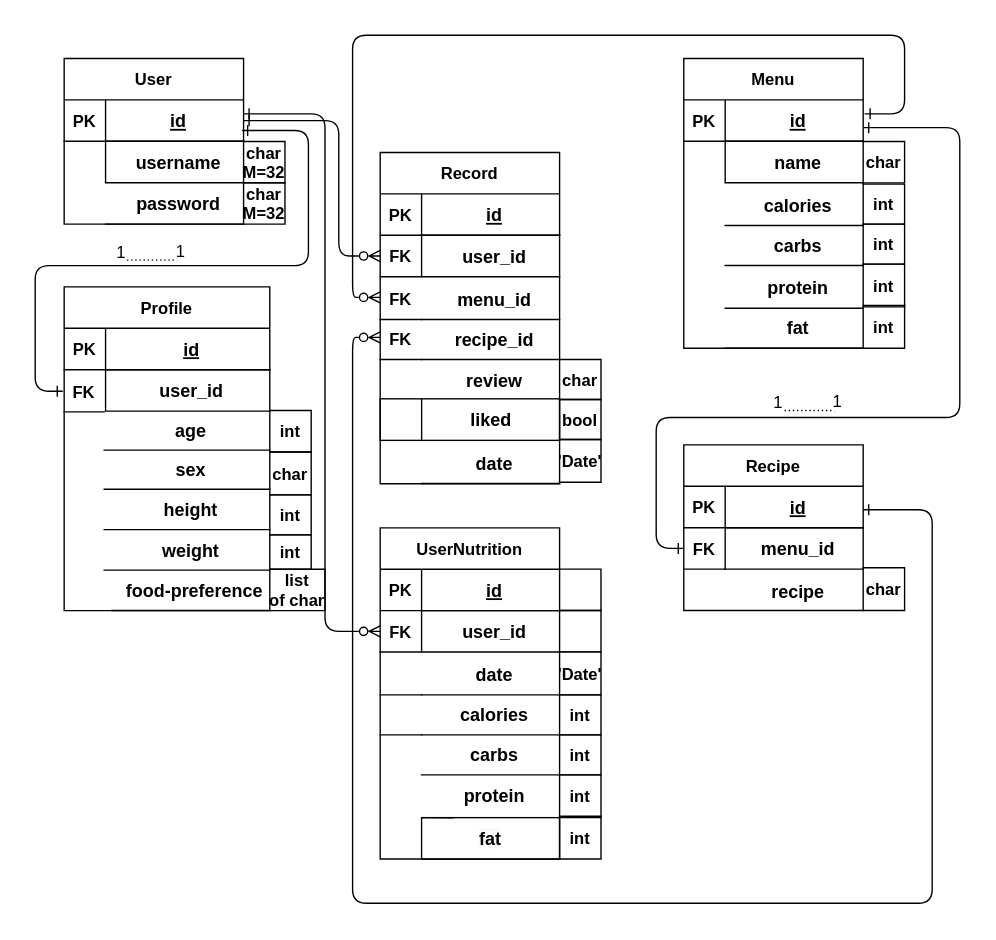
Above: diagrams/Backend ER Diagram.drawio in swsnu/swpp2021-team5 (draw.io), before the change. Source tidied: cells renumbered, new cells numbered last; positions are measured from the earlier drawing's top-left corner, leaving out a move shared by most shapes. Both pictures are drawn from the tidied source at 138%, with x=0, y=0 at pixel (34, 34).
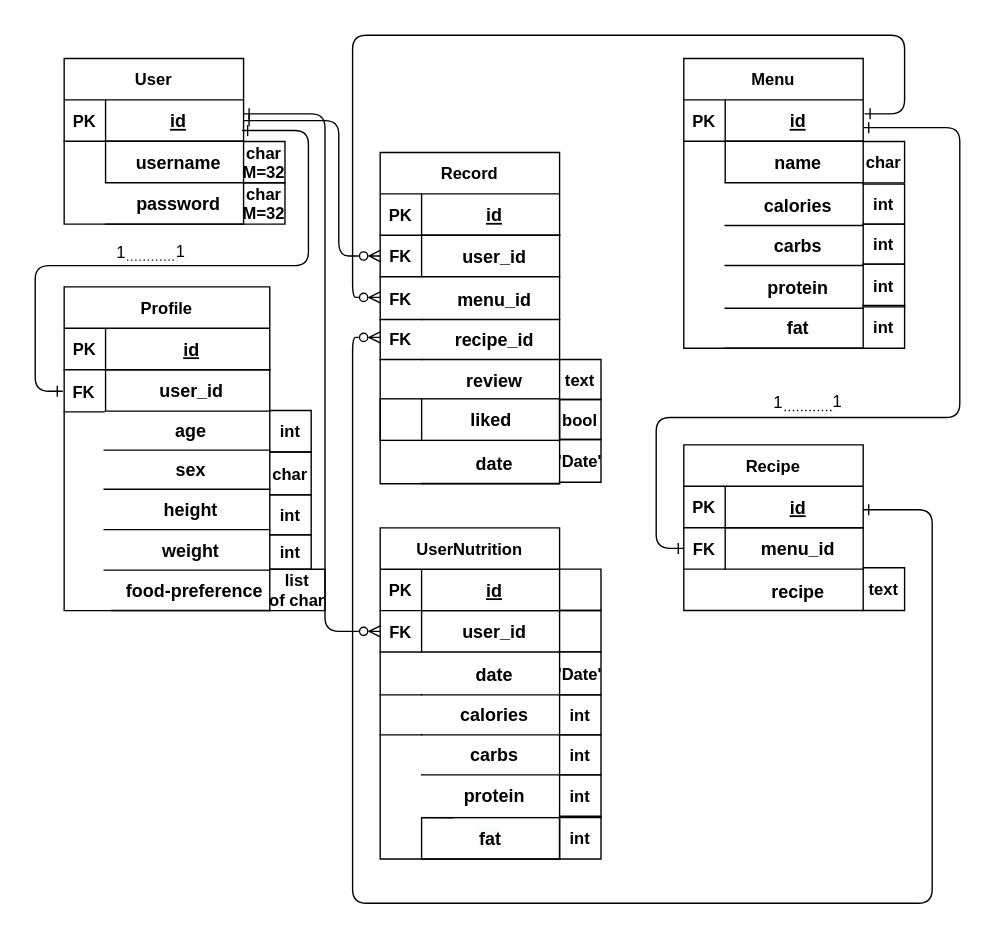
The same page after the edit.

Change to the diagram source:
```diff
@@
-    <mxCell id="114" value="char" style="shape=partialRectangle;overflow=hidden;fillColor=none;top=1;left=0;bottom=1;right=1;fontStyle=1;strokeColor=default;fontColor=default;" parent="1" vertex="1">
+    <mxCell id="114" value="text" style="shape=partialRectangle;overflow=hidden;fillColor=none;top=1;left=0;bottom=1;right=1;fontStyle=1;strokeColor=default;fontColor=default;" parent="1" vertex="1">
       <mxGeometry x="600" y="385.9" width="30" height="31" as="geometry" />
     </mxCell>
-    <mxCell id="115" value="char" style="shape=partialRectangle;overflow=hidden;fillColor=none;top=1;left=0;bottom=1;right=1;fontStyle=1;strokeColor=default;fontColor=default;" parent="1" vertex="1">
+    <mxCell id="115" value="text" style="shape=partialRectangle;overflow=hidden;fillColor=none;top=1;left=0;bottom=1;right=1;fontStyle=1;strokeColor=default;fontColor=default;" parent="1" vertex="1">
       <mxGeometry x="380" y="235" width="30" height="29" as="geometry" />
     </mxCell>
```
